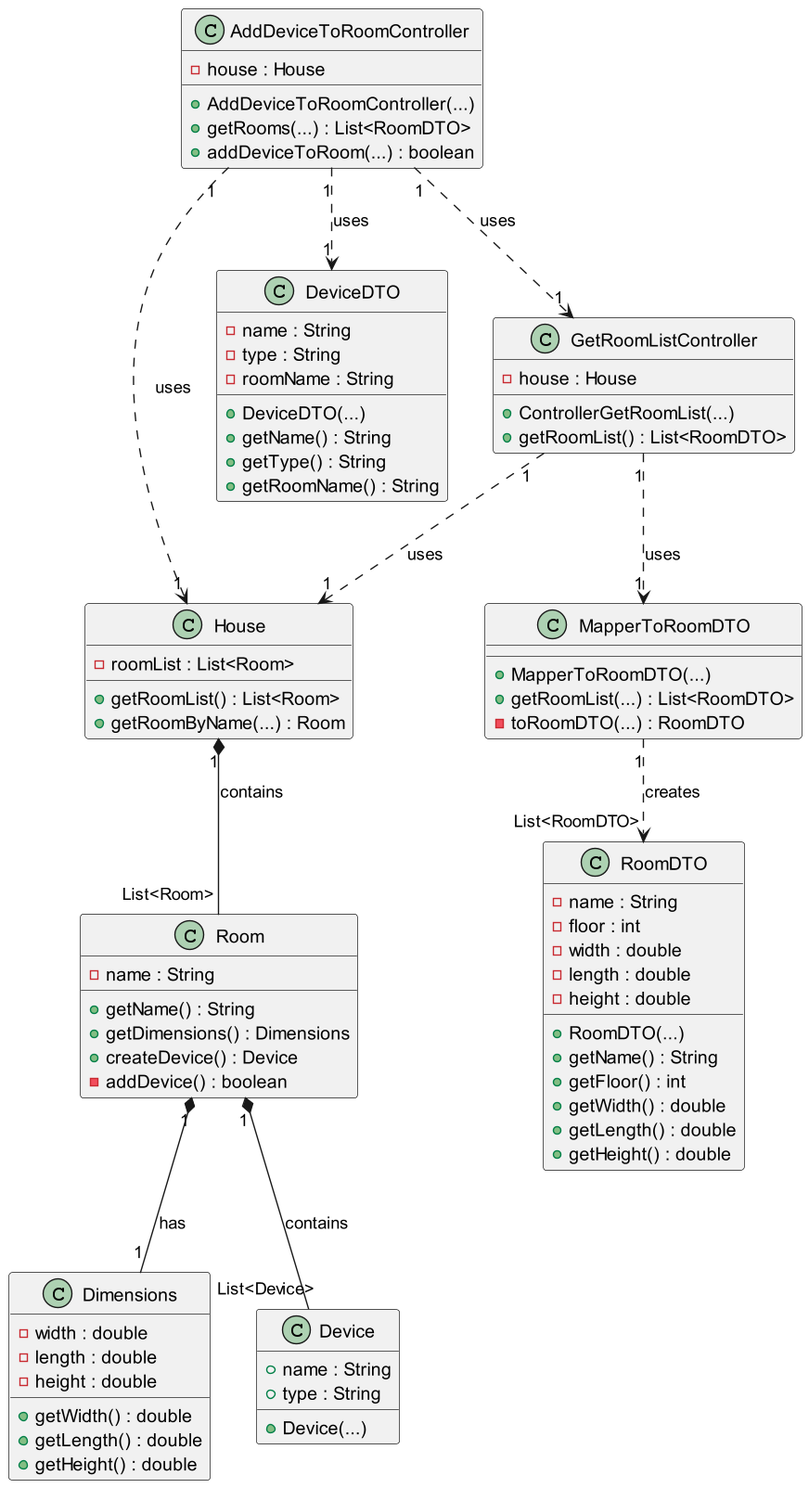
Before: projetoIntermedio/docs/class/useCase/UC05/UC05.png, a diagram exported from PlantUML (ozepedrorodrigues/projetoIntermedio).
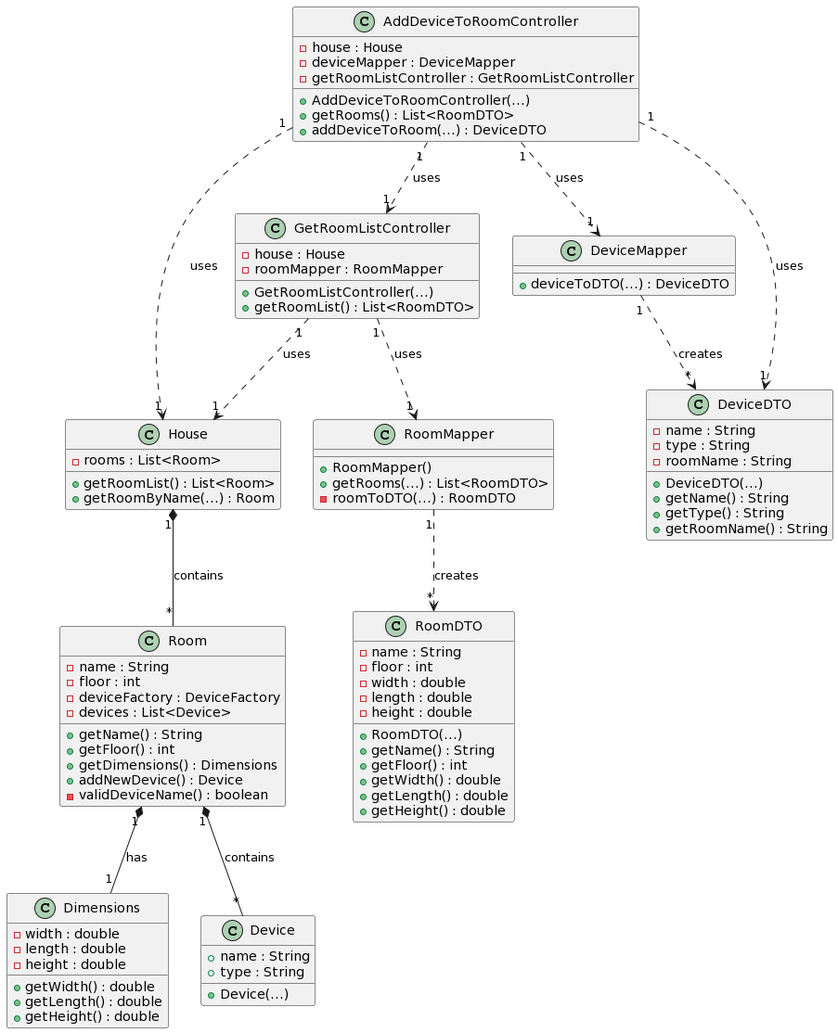
After the change.

Commit message:
controller 5 update & diagrams

What changed in the source:
```diff
@@ -1,17 +1,20 @@
 @startuml
-
 class House {
-    - roomList : List<Room>
+    - rooms : List<Room>
     + getRoomList() : List<Room>
     + getRoomByName(...) : Room
 }
 
 class Room {
     - name : String
+    - floor : int
+    - deviceFactory : DeviceFactory
+    - devices : List<Device>
     + getName() : String
+    + getFloor() : int
     + getDimensions() : Dimensions
-    + createDevice() : Device
-    - addDevice() : boolean
+    + addNewDevice() : Device
+    - validDeviceName() : boolean
 }
 
 class Dimensions{
@@ -43,22 +46,28 @@
 
 class AddDeviceToRoomController {
     - house : House
+    - deviceMapper : DeviceMapper
+    - getRoomListController : GetRoomListController
     + AddDeviceToRoomController(...)
-    + getRooms(...) : List<RoomDTO>
-    + addDeviceToRoom(...) : boolean
+    + getRooms() : List<RoomDTO>
+    + addDeviceToRoom(...) : DeviceDTO
 }
 
 class GetRoomListController {
     - house : House
-    + ControllerGetRoomList(...)
+    - roomMapper : RoomMapper
+    + GetRoomListController(...)
     + getRoomList() : List<RoomDTO>
 }
 
-class MapperToRoomDTO {
+class DeviceMapper {
+    + deviceToDTO(...) : DeviceDTO
+}
 
-    + MapperToRoomDTO(...)
-    + getRoomList(...) : List<RoomDTO>
-    - toRoomDTO(...) : RoomDTO
+class RoomMapper {
+    + RoomMapper()
+    + getRooms(...) : List<RoomDTO>
+    - roomToDTO(...) : RoomDTO
 }
 
 class RoomDTO {
@@ -67,7 +76,6 @@
     - width : double
     - length : double
     - height : double
-
     + RoomDTO(...)
     + getName() : String
     + getFloor() : int
@@ -78,12 +86,13 @@
 
 AddDeviceToRoomController "1" ..> "1" House : uses
 GetRoomListController "1" ..> "1" House : uses
-House "1" *-- "List<Room>" Room : contains
-Room "1" *-- "List<Device>" Device : contains
+House "1" *-- "*" Room : contains
+AddDeviceToRoomController "1" ..> "1" DeviceMapper : uses
+DeviceMapper "1" ..> "*" DeviceDTO : creates
+Room "1" *-- "*" Device : contains
 AddDeviceToRoomController "1" ..> "1" GetRoomListController : uses
 AddDeviceToRoomController "1" ..> "1" DeviceDTO : uses
-GetRoomListController "1" ..> "1" MapperToRoomDTO : uses
-MapperToRoomDTO "1" ..> "List<RoomDTO>" RoomDTO : creates
+GetRoomListController "1" ..> "1" RoomMapper : uses
+RoomMapper "1" ..> "*" RoomDTO : creates
 Room "1" *-- "1" Dimensions : has
-
 @enduml
```
